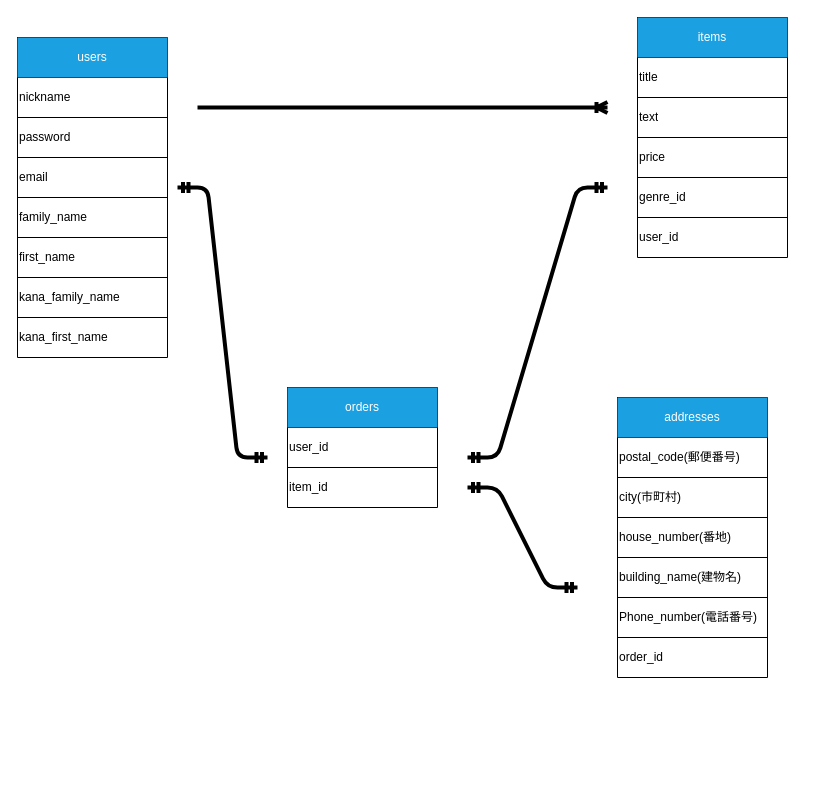
Before: test.dio in naki7621/furima-41351, a draw.io diagram. Source tidied: cells renumbered, new cells numbered last; positions are measured from the earlier drawing's top-left corner, leaving out a move shared by most shapes. Both pictures are drawn from the tidied source at 100%, with x=0, y=0 at pixel (17, 17).
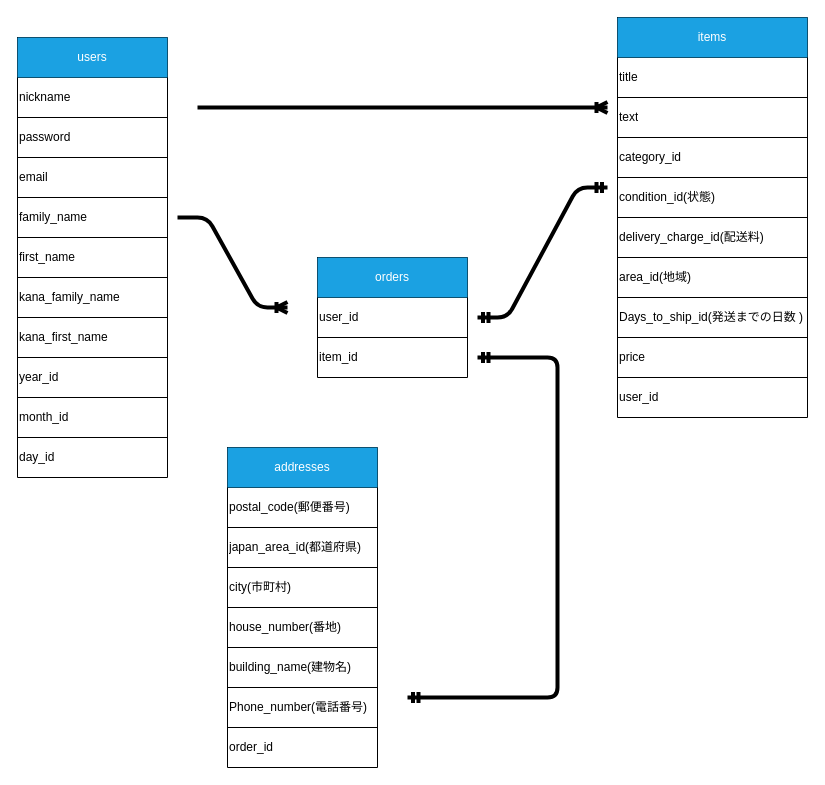
After the change.

What changed in the source:
```diff
@@
     <mxCell id="2" style="shape=table;startSize=0;childLayout=tableLayout;" parent="1" vertex="1">
-      <mxGeometry y="20" width="150" height="320" as="geometry" />
+      <mxGeometry y="20" width="150" height="440" as="geometry" />
     </mxCell>
@@
+    <mxCell id="58" style="shape=tableRow;horizontal=0;startSize=0;swimlaneHead=0;swimlaneBody=0;top=0;left=0;bottom=0;right=0;fillColor=none;" parent="2" vertex="1">
+      <mxGeometry y="320" width="150" height="40" as="geometry" />
+    </mxCell>
+    <mxCell id="59" value="year_id" style="shape=partialRectangle;html=1;whiteSpace=wrap;overflow=hidden;fillColor=none;top=0;left=0;bottom=0;right=0;align=left;" parent="58" vertex="1">
+      <mxGeometry width="150" height="40" as="geometry" />
+    </mxCell>
+    <mxCell id="60" style="shape=tableRow;horizontal=0;startSize=0;swimlaneHead=0;swimlaneBody=0;top=0;left=0;bottom=0;right=0;fillColor=none;" parent="2" vertex="1">
+      <mxGeometry y="360" width="150" height="40" as="geometry" />
+    </mxCell>
+    <mxCell id="61" value="month_id" style="shape=partialRectangle;html=1;whiteSpace=wrap;overflow=hidden;fillColor=none;top=0;left=0;bottom=0;right=0;align=left;" parent="60" vertex="1">
+      <mxGeometry width="150" height="40" as="geometry" />
+    </mxCell>
+    <mxCell id="62" style="shape=tableRow;horizontal=0;startSize=0;swimlaneHead=0;swimlaneBody=0;top=0;left=0;bottom=0;right=0;fillColor=none;" parent="2" vertex="1">
+      <mxGeometry y="400" width="150" height="40" as="geometry" />
+    </mxCell>
+    <mxCell id="63" value="day_id" style="shape=partialRectangle;html=1;whiteSpace=wrap;overflow=hidden;fillColor=none;top=0;left=0;bottom=0;right=0;align=left;" parent="62" vertex="1">
+      <mxGeometry width="150" height="40" as="geometry" />
+    </mxCell>
     <mxCell id="19" style="shape=table;startSize=0;childLayout=tableLayout;" parent="1" vertex="1">
-      <mxGeometry x="620" width="150" height="240" as="geometry" />
+      <mxGeometry x="600" width="190" height="400" as="geometry" />
     </mxCell>
     <mxCell id="20" style="shape=tableRow;horizontal=0;startSize=0;swimlaneHead=0;swimlaneBody=0;top=0;left=0;bottom=0;right=0;fillColor=none;" parent="19" vertex="1">
-      <mxGeometry width="150" height="40" as="geometry" />
+      <mxGeometry width="190" height="40" as="geometry" />
     </mxCell>
     <mxCell id="21" value="items" style="shape=partialRectangle;html=1;whiteSpace=wrap;overflow=hidden;fillColor=#1ba1e2;top=0;left=0;bottom=0;right=0;fontColor=#ffffff;strokeColor=#006EAF;" parent="20" vertex="1">
-      <mxGeometry width="150" height="40" as="geometry" />
+      <mxGeometry width="190" height="40" as="geometry" />
     </mxCell>
     <mxCell id="22" style="shape=tableRow;horizontal=0;startSize=0;swimlaneHead=0;swimlaneBody=0;top=0;left=0;bottom=0;right=0;fillColor=none;" parent="19" vertex="1">
-      <mxGeometry y="40" width="150" height="40" as="geometry" />
+      <mxGeometry y="40" width="190" height="40" as="geometry" />
     </mxCell>
     <mxCell id="23" value="title" style="shape=partialRectangle;html=1;whiteSpace=wrap;overflow=hidden;fillColor=none;top=0;left=0;bottom=0;right=0;align=left;" parent="22" vertex="1">
-      <mxGeometry width="150" height="40" as="geometry" />
+      <mxGeometry width="190" height="40" as="geometry" />
     </mxCell>
     <mxCell id="24" style="shape=tableRow;horizontal=0;startSize=0;swimlaneHead=0;swimlaneBody=0;top=0;left=0;bottom=0;right=0;fillColor=none;" parent="19" vertex="1">
-      <mxGeometry y="80" width="150" height="40" as="geometry" />
+      <mxGeometry y="80" width="190" height="40" as="geometry" />
     </mxCell>
     <mxCell id="25" value="text" style="shape=partialRectangle;html=1;whiteSpace=wrap;overflow=hidden;fillColor=none;top=0;left=0;bottom=0;right=0;align=left;" parent="24" vertex="1">
-      <mxGeometry width="150" height="40" as="geometry" />
+      <mxGeometry width="190" height="40" as="geometry" />
     </mxCell>
     <mxCell id="26" style="shape=tableRow;horizontal=0;startSize=0;swimlaneHead=0;swimlaneBody=0;top=0;left=0;bottom=0;right=0;fillColor=none;" parent="19" vertex="1">
-      <mxGeometry y="120" width="150" height="40" as="geometry" />
+      <mxGeometry y="120" width="190" height="40" as="geometry" />
     </mxCell>
-    <mxCell id="27" value="price" style="shape=partialRectangle;html=1;whiteSpace=wrap;overflow=hidden;fillColor=none;top=0;left=0;bottom=0;right=0;align=left;" parent="26" vertex="1">
-      <mxGeometry width="150" height="40" as="geometry" />
+    <mxCell id="27" value="category_id" style="shape=partialRectangle;html=1;whiteSpace=wrap;overflow=hidden;fillColor=none;top=0;left=0;bottom=0;right=0;align=left;" parent="26" vertex="1">
+      <mxGeometry width="190" height="40" as="geometry" />
     </mxCell>
     <mxCell id="28" style="shape=tableRow;horizontal=0;startSize=0;swimlaneHead=0;swimlaneBody=0;top=0;left=0;bottom=0;right=0;fillColor=none;" parent="19" vertex="1">
-      <mxGeometry y="160" width="150" height="40" as="geometry" />
+      <mxGeometry y="160" width="190" height="40" as="geometry" />
     </mxCell>
-    <mxCell id="29" value="genre_id" style="shape=partialRectangle;html=1;whiteSpace=wrap;overflow=hidden;fillColor=none;top=0;left=0;bottom=0;right=0;align=left;" parent="28" vertex="1">
-      <mxGeometry width="150" height="40" as="geometry" />
+    <mxCell id="29" value="condition_id(状態)" style="shape=partialRectangle;html=1;whiteSpace=wrap;overflow=hidden;fillColor=none;top=0;left=0;bottom=0;right=0;align=left;" parent="28" vertex="1">
+      <mxGeometry width="190" height="40" as="geometry" />
     </mxCell>
+    <mxCell id="64" style="shape=tableRow;horizontal=0;startSize=0;swimlaneHead=0;swimlaneBody=0;top=0;left=0;bottom=0;right=0;fillColor=none;" parent="19" vertex="1">
+      <mxGeometry y="200" width="190" height="40" as="geometry" />
+    </mxCell>
+    <mxCell id="65" value="delivery_charge_id(配送料)" style="shape=partialRectangle;html=1;whiteSpace=wrap;overflow=hidden;fillColor=none;top=0;left=0;bottom=0;right=0;align=left;" parent="64" vertex="1">
+      <mxGeometry width="190" height="40" as="geometry" />
+    </mxCell>
+    <mxCell id="66" style="shape=tableRow;horizontal=0;startSize=0;swimlaneHead=0;swimlaneBody=0;top=0;left=0;bottom=0;right=0;fillColor=none;" parent="19" vertex="1">
+      <mxGeometry y="240" width="190" height="40" as="geometry" />
+    </mxCell>
+    <mxCell id="67" value="area_id(地域)" style="shape=partialRectangle;html=1;whiteSpace=wrap;overflow=hidden;fillColor=none;top=0;left=0;bottom=0;right=0;align=left;" parent="66" vertex="1">
+      <mxGeometry width="190" height="40" as="geometry" />
+    </mxCell>
+    <mxCell id="68" style="shape=tableRow;horizontal=0;startSize=0;swimlaneHead=0;swimlaneBody=0;top=0;left=0;bottom=0;right=0;fillColor=none;" parent="19" vertex="1">
+      <mxGeometry y="280" width="190" height="40" as="geometry" />
+    </mxCell>
+    <mxCell id="69" value="Days_to_ship_id(発送までの日数 )" style="shape=partialRectangle;html=1;whiteSpace=wrap;overflow=hidden;fillColor=none;top=0;left=0;bottom=0;right=0;align=left;" parent="68" vertex="1">
+      <mxGeometry width="190" height="40" as="geometry" />
+    </mxCell>
+    <mxCell id="70" style="shape=tableRow;horizontal=0;startSize=0;swimlaneHead=0;swimlaneBody=0;top=0;left=0;bottom=0;right=0;fillColor=none;" parent="19" vertex="1">
+      <mxGeometry y="320" width="190" height="40" as="geometry" />
+    </mxCell>
+    <mxCell id="71" value="price" style="shape=partialRectangle;html=1;whiteSpace=wrap;overflow=hidden;fillColor=none;top=0;left=0;bottom=0;right=0;align=left;" parent="70" vertex="1">
+      <mxGeometry width="190" height="40" as="geometry" />
+    </mxCell>
     <mxCell id="30" style="shape=tableRow;horizontal=0;startSize=0;swimlaneHead=0;swimlaneBody=0;top=0;left=0;bottom=0;right=0;fillColor=none;" parent="19" vertex="1">
-      <mxGeometry y="200" width="150" height="40" as="geometry" />
+      <mxGeometry y="360" width="190" height="40" as="geometry" />
     </mxCell>
     <mxCell id="31" value="user_id" style="shape=partialRectangle;html=1;whiteSpace=wrap;overflow=hidden;fillColor=none;top=0;left=0;bottom=0;right=0;align=left;" parent="30" vertex="1">
-      <mxGeometry width="150" height="40" as="geometry" />
+      <mxGeometry width="190" height="40" as="geometry" />
     </mxCell>
     <mxCell id="32" style="shape=table;startSize=0;childLayout=tableLayout;" parent="1" vertex="1">
-      <mxGeometry x="600" y="380" width="150" height="280" as="geometry" />
+      <mxGeometry x="210" y="430" width="150" height="320" as="geometry" />
     </mxCell>
@@
+    <mxCell id="72" style="shape=tableRow;horizontal=0;startSize=0;swimlaneHead=0;swimlaneBody=0;top=0;left=0;bottom=0;right=0;fillColor=none;" parent="32" vertex="1">
+      <mxGeometry y="80" width="150" height="40" as="geometry" />
+    </mxCell>
+    <mxCell id="73" value="japan_area_id(都道府県)" style="shape=partialRectangle;html=1;whiteSpace=wrap;overflow=hidden;fillColor=none;top=0;left=0;bottom=0;right=0;align=left;" parent="72" vertex="1">
+      <mxGeometry width="150" height="40" as="geometry" />
+    </mxCell>
     <mxCell id="37" style="shape=tableRow;horizontal=0;startSize=0;swimlaneHead=0;swimlaneBody=0;top=0;left=0;bottom=0;right=0;fillColor=none;" parent="32" vertex="1">
-      <mxGeometry y="80" width="150" height="40" as="geometry" />
+      <mxGeometry y="120" width="150" height="40" as="geometry" />
     </mxCell>
@@
     <mxCell id="39" style="shape=tableRow;horizontal=0;startSize=0;swimlaneHead=0;swimlaneBody=0;top=0;left=0;bottom=0;right=0;fillColor=none;" parent="32" vertex="1">
-      <mxGeometry y="120" width="150" height="40" as="geometry" />
+      <mxGeometry y="160" width="150" height="40" as="geometry" />
     </mxCell>
@@
     <mxCell id="41" style="shape=tableRow;horizontal=0;startSize=0;swimlaneHead=0;swimlaneBody=0;top=0;left=0;bottom=0;right=0;fillColor=none;" parent="32" vertex="1">
-      <mxGeometry y="160" width="150" height="40" as="geometry" />
+      <mxGeometry y="200" width="150" height="40" as="geometry" />
     </mxCell>
@@
     <mxCell id="43" style="shape=tableRow;horizontal=0;startSize=0;swimlaneHead=0;swimlaneBody=0;top=0;left=0;bottom=0;right=0;fillColor=none;" parent="32" vertex="1">
-      <mxGeometry y="200" width="150" height="40" as="geometry" />
+      <mxGeometry y="240" width="150" height="40" as="geometry" />
     </mxCell>
@@
     <mxCell id="45" style="shape=tableRow;horizontal=0;startSize=0;swimlaneHead=0;swimlaneBody=0;top=0;left=0;bottom=0;right=0;fillColor=none;" parent="32" vertex="1">
-      <mxGeometry y="240" width="150" height="40" as="geometry" />
+      <mxGeometry y="280" width="150" height="40" as="geometry" />
     </mxCell>
@@
     <mxCell id="47" style="edgeStyle=entityRelationEdgeStyle;fontSize=12;html=1;endArrow=ERmandOne;startArrow=ERmandOne;strokeWidth=4;" parent="1" edge="1">
       <mxGeometry relative="1" as="geometry">
-        <mxPoint x="450" y="440" as="sourcePoint" />
+        <mxPoint x="460" y="300" as="sourcePoint" />
         <mxPoint x="590" y="170" as="targetPoint" />
       </mxGeometry>
     </mxCell>
-    <mxCell id="48" style="edgeStyle=entityRelationEdgeStyle;fontSize=12;html=1;endArrow=ERmandOne;startArrow=ERmandOne;strokeWidth=4;" parent="1" edge="1">
-      <mxGeometry relative="1" as="geometry">
-        <mxPoint x="160" y="170" as="sourcePoint" />
-        <mxPoint x="250" y="440" as="targetPoint" />
-      </mxGeometry>
-    </mxCell>
@@
     <mxCell id="50" style="shape=table;startSize=0;childLayout=tableLayout;" parent="1" vertex="1">
-      <mxGeometry x="270" y="370" width="150" height="120" as="geometry" />
+      <mxGeometry x="300" y="240" width="150" height="120" as="geometry" />
     </mxCell>
@@
-    <mxCell id="57" style="edgeStyle=entityRelationEdgeStyle;fontSize=12;html=1;endArrow=ERmandOne;startArrow=ERmandOne;strokeWidth=4;" parent="1" edge="1">
+    <mxCell id="57" style="edgeStyle=orthogonalEdgeStyle;fontSize=12;html=1;endArrow=ERmandOne;startArrow=ERmandOne;strokeWidth=4;" parent="1" edge="1">
       <mxGeometry relative="1" as="geometry">
-        <mxPoint x="450" y="470" as="sourcePoint" />
-        <mxPoint x="560" y="570" as="targetPoint" />
+        <mxPoint x="390" y="680" as="sourcePoint" />
+        <mxPoint x="460" y="340" as="targetPoint" />
+        <Array as="points">
+          <mxPoint x="540" y="680" />
+          <mxPoint x="540" y="340" />
+        </Array>
       </mxGeometry>
     </mxCell>
+    <mxCell id="74" style="edgeStyle=entityRelationEdgeStyle;fontSize=12;html=1;endArrow=ERoneToMany;strokeWidth=4;" parent="1" edge="1">
+      <mxGeometry relative="1" as="geometry">
+        <mxPoint x="160" y="200" as="sourcePoint" />
+        <mxPoint x="270" y="290" as="targetPoint" />
+      </mxGeometry>
+    </mxCell>
```
